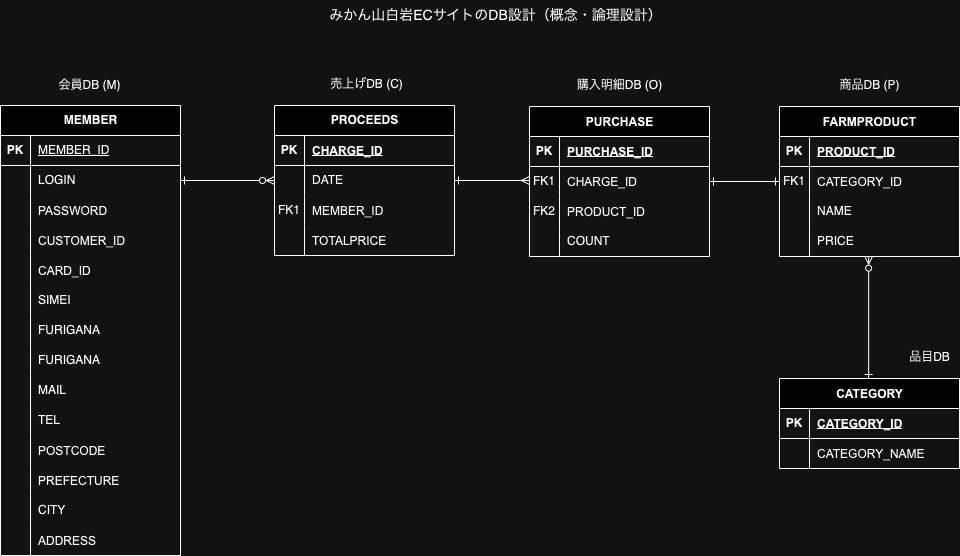
Above: diagrams/ER図（DB設計）.drawio.png in yasshy-jp/3kanyama (draw.io), before the change. Source tidied: cells renumbered, new cells last; positions are measured from the earlier drawing's top-left corner, leaving out a move shared by most shapes.
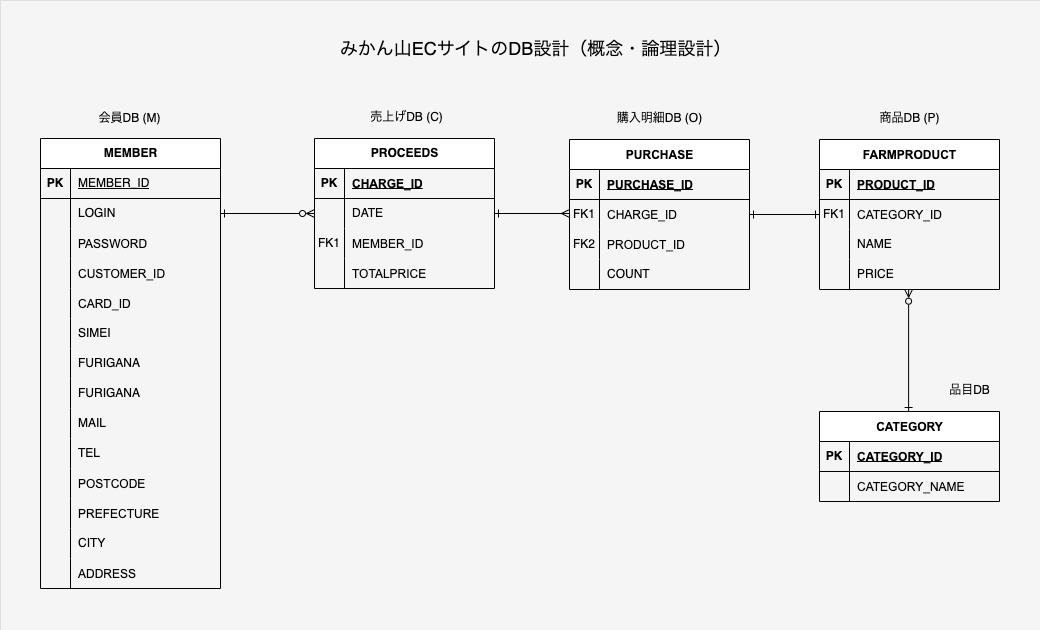
The same file after the commit.

Commit message:
ER図（DB設計）.drawio.png を更新します

What changed in the source:
```diff
@@ -2,6 +2,9 @@
   <root>
     <mxCell id="0" />
     <mxCell id="1" parent="0" />
+    <mxCell id="101" style="rounded=0;whiteSpace=wrap;html=1;strokeWidth=0;strokeColor=#666666;fillColor=#F5F5F5;" parent="1" vertex="1">
+      <mxGeometry x="-40" y="-33" width="1040" height="630" as="geometry" />
+    </mxCell>
     <mxCell id="2" value="MEMBER" style="shape=table;startSize=30;rowLines=0;fontStyle=1;align=center;html=1;" parent="1" vertex="1">
       <mxGeometry y="105" width="180" height="450" as="geometry" />
     </mxCell>
@@ -305,8 +308,8 @@
     <mxCell id="99" value="品目DB" style="text;html=1;align=center;verticalAlign=middle;strokeColor=none;fillColor=none;" parent="1" vertex="1">
       <mxGeometry x="899" y="342" width="60" height="30" as="geometry" />
     </mxCell>
-    <mxCell id="100" value="&lt;font style=&quot;font-size: 14px;&quot;&gt;みかん山白岩ECサイトのDB設計（概念・論理設計）&lt;/font&gt;" style="text;html=1;align=center;verticalAlign=middle;strokeColor=none;fillColor=none;" parent="1" vertex="1">
-      <mxGeometry x="315" width="360" height="30" as="geometry" />
+    <mxCell id="100" value="&lt;font style=&quot;font-size: 18px;&quot;&gt;みかん山ECサイトのDB設計（概念・論理設計）&lt;/font&gt;" style="text;html=1;align=center;verticalAlign=middle;strokeColor=none;fillColor=none;" parent="1" vertex="1">
+      <mxGeometry x="290" y="-5" width="410" height="40" as="geometry" />
     </mxCell>
   </root>
 </mxGraphModel>
```
